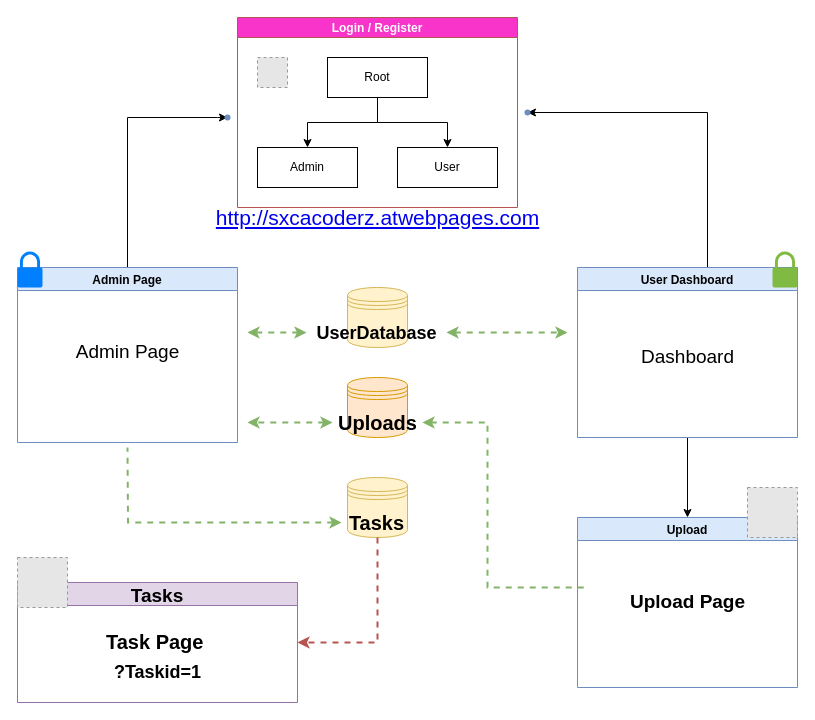
Above: Untitled Diagram.drawio in jaisonjohn78/SXCA_Coders (draw.io), before the change. Source tidied: cells renumbered, new cells numbered last; positions are measured from the earlier drawing's top-left corner, leaving out a move shared by most shapes. Both pictures are drawn from the tidied source at 100%, with x=0, y=0 at pixel (17, 17). Pictures stored in the file or linked from it are replaced by grey dashed boxes.
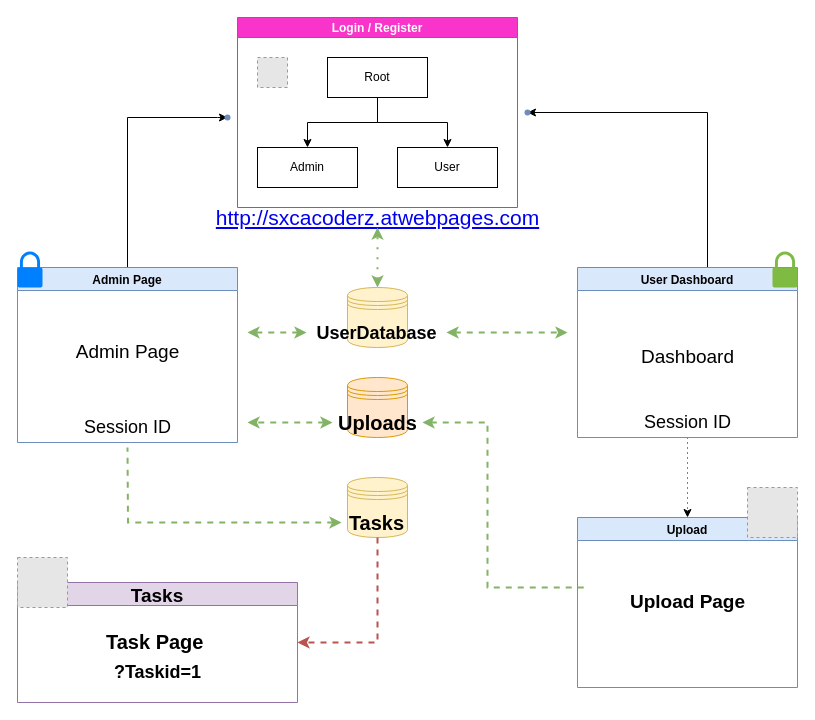
Above is the later version.

The change refers to these unchanged cells:
```xml
<mxCell id="9" value="&lt;a href=&quot;http://sxcacoderz.atwebpages.com/&quot; style=&quot;font-size: 21px&quot;&gt;http://sxcacoderz.atwebpages.com&lt;/a&gt;" style="text;html=1;align=center;verticalAlign=middle;points=[];strokeColor=none;fillColor=none;fontColor=#FFFFFF;" parent="1" vertex="1">
  <mxGeometry x="190" y="190" width="340" height="20" as="geometry" />
</mxCell>
<mxCell id="11" style="shape=datastore;whiteSpace=wrap;html=1;fillColor=#fff2cc;strokeColor=#d6b656;" parent="1" vertex="1">
  <mxGeometry x="330" y="270" width="60" height="60" as="geometry" />
</mxCell>
<mxCell id="15" value="User Dashboard" style="swimlane;fillColor=#dae8fc;strokeColor=#6c8ebf;" parent="1" vertex="1">
  <mxGeometry x="560" y="250" width="220" height="170" as="geometry" />
</mxCell>
<mxCell id="18" value="Admin Page" style="swimlane;fillColor=#dae8fc;strokeColor=#6c8ebf;" parent="1" vertex="1">
  <mxGeometry y="250" width="220" height="175" as="geometry" />
</mxCell>
<mxCell id="22" value="Upload" style="swimlane;fillColor=#dae8fc;strokeColor=#6c8ebf;" parent="1" vertex="1">
  <mxGeometry x="560" y="500" width="220" height="170" as="geometry" />
</mxCell>
```

The edit, as a diff of the source:
```diff
@@
+    <mxCell id="40" style="edgeStyle=orthogonalEdgeStyle;rounded=0;jettySize=auto;html=1;dashed=1;dashPattern=1 4;fontSize=18;fontColor=#000000;startArrow=classic;startFill=1;endArrow=classic;endFill=1;strokeWidth=2;fillColor=#d5e8d4;strokeColor=#82b366;" parent="1" edge="1" source="11" target="9">
+      <mxGeometry relative="1" as="geometry" />
+    </mxCell>
@@
-    <mxCell id="14" style="edgeStyle=orthogonalEdgeStyle;rounded=0;jettySize=auto;html=1;fontColor=#FFFFFF;" parent="1" edge="1" source="15" target="22">
+    <mxCell id="14" style="edgeStyle=orthogonalEdgeStyle;rounded=0;jettySize=auto;html=1;fontColor=#FFFFFF;dashed=1;dashPattern=1 4;" parent="1" edge="1" source="15" target="22">
       <mxGeometry relative="1" as="geometry" />
     </mxCell>
@@
+    <mxCell id="41" value="Session ID" style="text;html=1;align=center;verticalAlign=middle;strokeColor=none;fillColor=none;fontSize=18;fontColor=#000000;" parent="15" vertex="1">
+      <mxGeometry x="60" y="140" width="100" height="30" as="geometry" />
+    </mxCell>
@@
+    <mxCell id="42" value="Session ID" style="text;html=1;align=center;verticalAlign=middle;strokeColor=none;fillColor=none;fontSize=18;fontColor=#000000;" parent="18" vertex="1">
+      <mxGeometry x="60" y="145" width="100" height="30" as="geometry" />
+    </mxCell>
```
